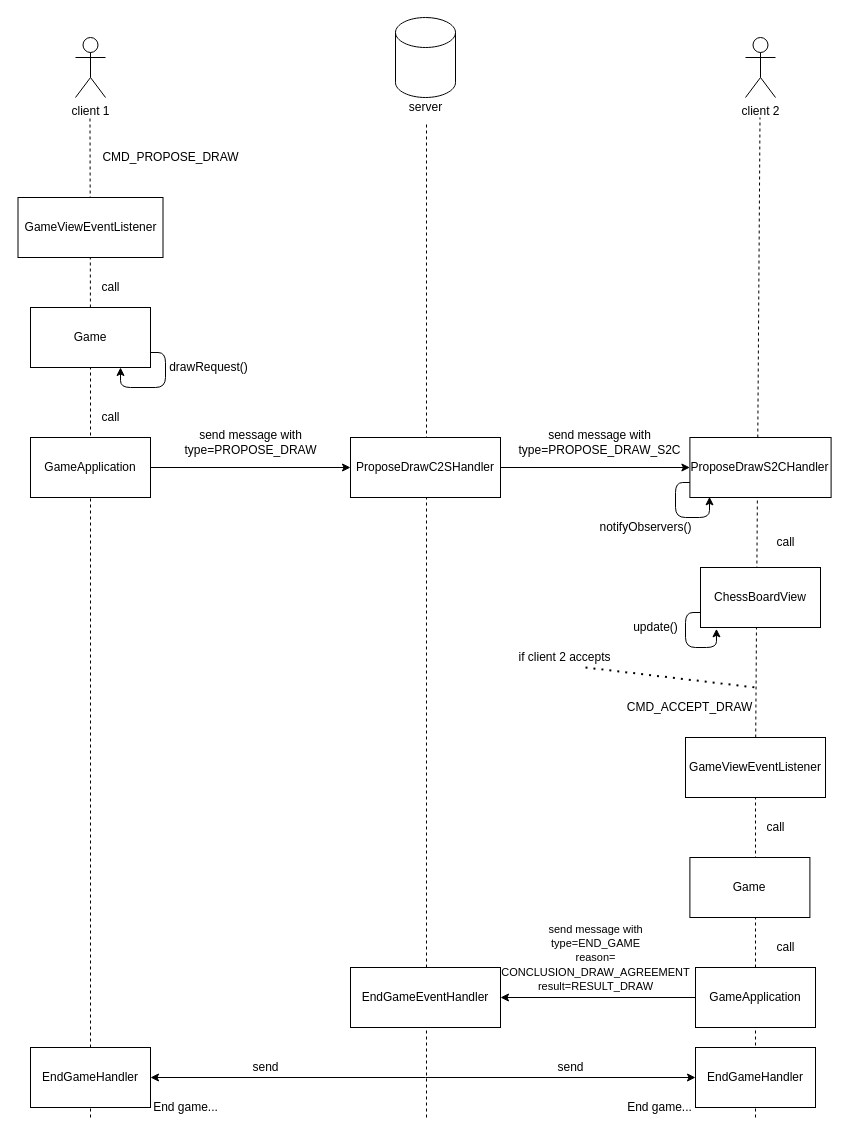
SpiderSwift/student-app keeps this draw.io diagram as Untitled Diagram.drawio. Above is the earlier version. Source tidied: cells renumbered, new cells numbered last; positions are measured from the earlier drawing's top-left corner, leaving out a move shared by most shapes. Both pictures are drawn from the tidied source at 100%, with x=0, y=0 at pixel (17, 17).
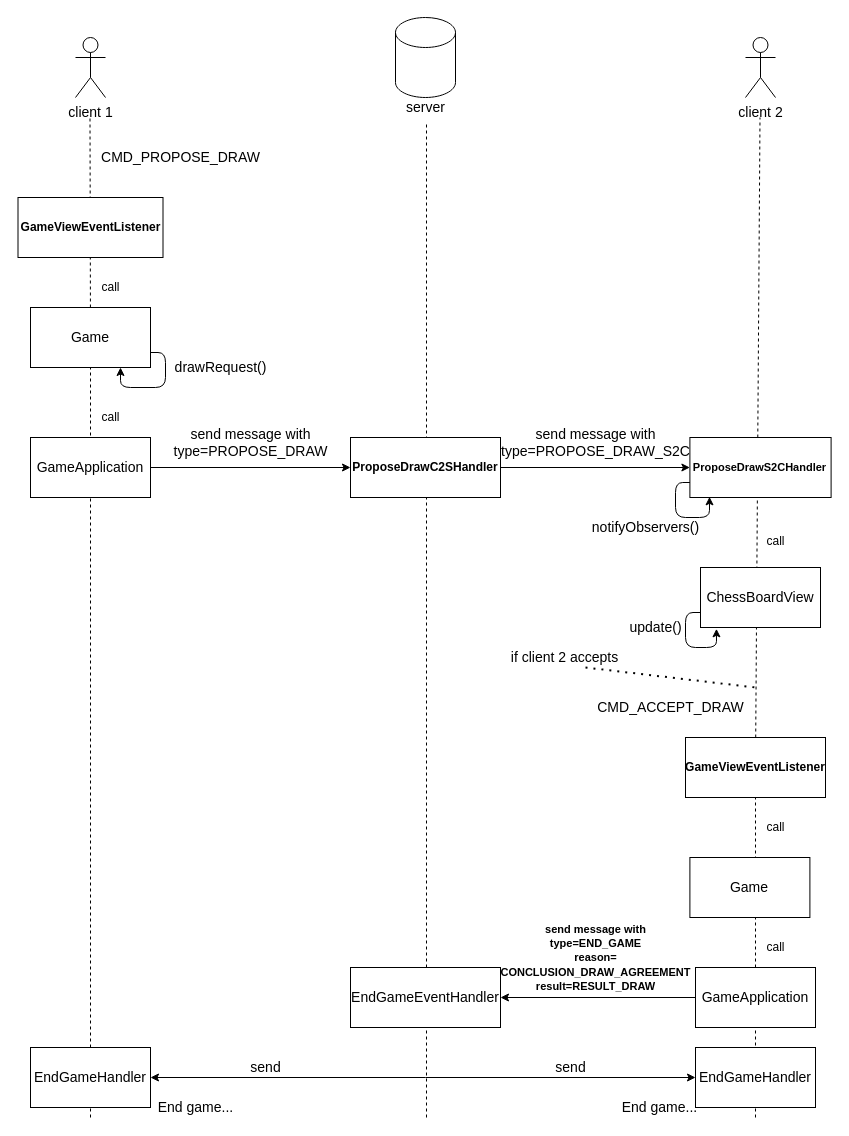
The same page after the edit.

What changed in the source:
```diff
@@
-    <mxCell id="2" value="client 1" style="shape=umlActor;verticalLabelPosition=bottom;verticalAlign=top;html=1;" parent="1" vertex="1">
+    <mxCell id="2" value="&lt;font style=&quot;font-size: 14px&quot;&gt;client 1&lt;/font&gt;" style="shape=umlActor;verticalLabelPosition=bottom;verticalAlign=top;html=1;" parent="1" vertex="1">
       <mxGeometry x="58" y="20" width="30" height="60" as="geometry" />
     </mxCell>
@@
-    <mxCell id="5" value="server" style="text;html=1;align=center;verticalAlign=middle;points=[];" parent="1" vertex="1">
+    <mxCell id="5" value="&lt;font style=&quot;font-size: 14px&quot;&gt;server&lt;/font&gt;" style="text;html=1;align=center;verticalAlign=middle;points=[];" parent="1" vertex="1">
       <mxGeometry x="383" y="80" width="50" height="20" as="geometry" />
     </mxCell>
-    <mxCell id="6" value="client 2" style="shape=umlActor;verticalLabelPosition=bottom;verticalAlign=top;html=1;" parent="1" vertex="1">
+    <mxCell id="6" value="&lt;font style=&quot;font-size: 14px&quot;&gt;client 2&lt;/font&gt;" style="shape=umlActor;verticalLabelPosition=bottom;verticalAlign=top;html=1;" parent="1" vertex="1">
       <mxGeometry x="728" y="20" width="30" height="60" as="geometry" />
     </mxCell>
@@
-    <mxCell id="9" value="GameViewEventListener" style="rounded=0;whiteSpace=wrap;html=1;" parent="1" vertex="1">
+    <mxCell id="9" value="&lt;font style=&quot;font-size: 12px&quot;&gt;&lt;b&gt;GameViewEventListener&lt;/b&gt;&lt;/font&gt;" style="rounded=0;whiteSpace=wrap;html=1;" parent="1" vertex="1">
       <mxGeometry x="0.5" y="180" width="145" height="60" as="geometry" />
     </mxCell>
-    <mxCell id="10" value="CMD_PROPOSE_DRAW" style="text;html=1;align=center;verticalAlign=middle;" parent="1" vertex="1">
-      <mxGeometry x="78" y="130" width="150" height="20" as="geometry" />
+    <mxCell id="10" value="&lt;font style=&quot;font-size: 14px&quot;&gt;CMD_PROPOSE_DRAW&lt;/font&gt;" style="text;html=1;align=center;verticalAlign=middle;" parent="1" vertex="1">
+      <mxGeometry x="78" y="130" width="170" height="20" as="geometry" />
     </mxCell>
-    <mxCell id="11" value="Game" style="rounded=0;whiteSpace=wrap;html=1;" parent="1" vertex="1">
+    <mxCell id="11" value="&lt;font style=&quot;font-size: 14px&quot;&gt;Game&lt;/font&gt;" style="rounded=0;whiteSpace=wrap;html=1;" parent="1" vertex="1">
       <mxGeometry x="13" y="290" width="120" height="60" as="geometry" />
     </mxCell>
@@
-    <mxCell id="14" value="drawRequest()" style="text;html=1;align=center;verticalAlign=middle;" parent="1" vertex="1">
-      <mxGeometry x="145.5" y="340" width="90" height="20" as="geometry" />
+    <mxCell id="14" value="&lt;font style=&quot;font-size: 14px&quot;&gt;drawRequest()&lt;/font&gt;" style="text;html=1;align=center;verticalAlign=middle;" parent="1" vertex="1">
+      <mxGeometry x="148" y="340" width="110" height="20" as="geometry" />
     </mxCell>
-    <mxCell id="15" value="GameApplication" style="rounded=0;whiteSpace=wrap;html=1;" parent="1" vertex="1">
+    <mxCell id="15" value="&lt;font style=&quot;font-size: 14px&quot;&gt;GameApplication&lt;/font&gt;" style="rounded=0;whiteSpace=wrap;html=1;" parent="1" vertex="1">
       <mxGeometry x="13" y="420" width="120" height="60" as="geometry" />
     </mxCell>
@@
-    <mxCell id="18" value="ProposeDrawC2SHandler" style="rounded=0;whiteSpace=wrap;html=1;" parent="1" vertex="1">
+    <mxCell id="18" value="&lt;b&gt;ProposeDrawC2SHandler&lt;/b&gt;" style="rounded=0;whiteSpace=wrap;html=1;" parent="1" vertex="1">
       <mxGeometry x="333" y="420" width="150" height="60" as="geometry" />
     </mxCell>
@@
-    <mxCell id="20" value="send message with &lt;br&gt;type=PROPOSE_DRAW" style="text;html=1;align=center;verticalAlign=middle;" parent="1" vertex="1">
-      <mxGeometry x="158" y="410" width="150" height="30" as="geometry" />
+    <mxCell id="20" value="&lt;font style=&quot;font-size: 14px&quot;&gt;send message with &lt;br&gt;type=PROPOSE_DRAW&lt;/font&gt;" style="text;html=1;align=center;verticalAlign=middle;" parent="1" vertex="1">
+      <mxGeometry x="148" y="405" width="170" height="40" as="geometry" />
     </mxCell>
-    <mxCell id="21" value="ProposeDrawS2CHandler" style="rounded=0;whiteSpace=wrap;html=1;" parent="1" vertex="1">
+    <mxCell id="21" value="&lt;b&gt;&lt;font style=&quot;font-size: 11px&quot;&gt;ProposeDrawS2CHandler&lt;/font&gt;&lt;/b&gt;" style="rounded=0;whiteSpace=wrap;html=1;" parent="1" vertex="1">
       <mxGeometry x="672.4" y="420" width="141.2" height="60" as="geometry" />
     </mxCell>
@@
-    <mxCell id="23" value="send message with&lt;br&gt;type=PROPOSE_DRAW_S2C" style="text;html=1;align=center;verticalAlign=middle;" parent="1" vertex="1">
-      <mxGeometry x="492.4" y="410" width="180" height="30" as="geometry" />
+    <mxCell id="23" value="&lt;font style=&quot;font-size: 14px&quot;&gt;send message with&lt;br&gt;type=PROPOSE_DRAW_S2C&lt;/font&gt;" style="text;html=1;align=center;verticalAlign=middle;" parent="1" vertex="1">
+      <mxGeometry x="478" y="405" width="200" height="40" as="geometry" />
     </mxCell>
-    <mxCell id="24" value="notifyObservers()" style="text;html=1;align=center;verticalAlign=middle;" parent="1" vertex="1">
-      <mxGeometry x="573" y="500" width="110" height="20" as="geometry" />
+    <mxCell id="24" value="&lt;font style=&quot;font-size: 14px&quot;&gt;notifyObservers()&lt;/font&gt;" style="text;html=1;align=center;verticalAlign=middle;" parent="1" vertex="1">
+      <mxGeometry x="568" y="500" width="120" height="20" as="geometry" />
     </mxCell>
-    <mxCell id="25" value="ChessBoardView" style="rounded=0;whiteSpace=wrap;html=1;" parent="1" vertex="1">
+    <mxCell id="25" value="&lt;font style=&quot;font-size: 14px&quot;&gt;ChessBoardView&lt;/font&gt;" style="rounded=0;whiteSpace=wrap;html=1;" parent="1" vertex="1">
       <mxGeometry x="683" y="550" width="120" height="60" as="geometry" />
     </mxCell>
@@
-    <mxCell id="27" value="update()" style="text;html=1;align=center;verticalAlign=middle;" parent="1" vertex="1">
-      <mxGeometry x="608" y="600" width="60" height="20" as="geometry" />
+    <mxCell id="27" value="&lt;font style=&quot;font-size: 14px&quot;&gt;update()&lt;/font&gt;" style="text;html=1;align=center;verticalAlign=middle;" parent="1" vertex="1">
+      <mxGeometry x="603" y="600" width="70" height="20" as="geometry" />
     </mxCell>
@@
     <mxCell id="29" value="call" style="text;html=1;align=center;verticalAlign=middle;" parent="1" vertex="1">
-      <mxGeometry x="753" y="515" width="30" height="20" as="geometry" />
+      <mxGeometry x="743" y="514" width="30" height="20" as="geometry" />
     </mxCell>
@@
-    <mxCell id="31" value="if client 2 accepts" style="text;html=1;align=center;verticalAlign=middle;" parent="1" vertex="1">
-      <mxGeometry x="492.4" y="630" width="110" height="20" as="geometry" />
+    <mxCell id="31" value="&lt;font style=&quot;font-size: 14px&quot;&gt;if client 2 accepts&lt;/font&gt;" style="text;html=1;align=center;verticalAlign=middle;" parent="1" vertex="1">
+      <mxGeometry x="487.4" y="630" width="120" height="20" as="geometry" />
     </mxCell>
-    <mxCell id="32" value="CMD_ACCEPT_DRAW" style="text;html=1;align=center;verticalAlign=middle;" parent="1" vertex="1">
-      <mxGeometry x="602.4" y="680" width="140" height="20" as="geometry" />
+    <mxCell id="32" value="&lt;font style=&quot;font-size: 14px&quot;&gt;CMD_ACCEPT_DRAW&lt;/font&gt;" style="text;html=1;align=center;verticalAlign=middle;" parent="1" vertex="1">
+      <mxGeometry x="573" y="680" width="160" height="20" as="geometry" />
     </mxCell>
-    <mxCell id="33" value="GameViewEventListener" style="rounded=0;whiteSpace=wrap;html=1;" parent="1" vertex="1">
+    <mxCell id="33" value="&lt;font style=&quot;font-size: 12px&quot;&gt;&lt;b&gt;GameViewEventListener&lt;/b&gt;&lt;/font&gt;" style="rounded=0;whiteSpace=wrap;html=1;" parent="1" vertex="1">
       <mxGeometry x="668" y="720" width="140" height="60" as="geometry" />
     </mxCell>
@@
-    <mxCell id="35" value="Game" style="rounded=0;whiteSpace=wrap;html=1;" parent="1" vertex="1">
+    <mxCell id="35" value="&lt;font style=&quot;font-size: 14px&quot;&gt;Game&lt;/font&gt;" style="rounded=0;whiteSpace=wrap;html=1;" parent="1" vertex="1">
       <mxGeometry x="672.4" y="840" width="120" height="60" as="geometry" />
     </mxCell>
@@
     <mxCell id="37" value="call" style="text;html=1;align=center;verticalAlign=middle;" parent="1" vertex="1">
-      <mxGeometry x="753" y="920" width="30" height="20" as="geometry" />
+      <mxGeometry x="743" y="920" width="30" height="20" as="geometry" />
     </mxCell>
@@
-    <mxCell id="39" value="GameApplication" style="rounded=0;whiteSpace=wrap;html=1;" parent="1" vertex="1">
+    <mxCell id="39" value="&lt;font style=&quot;font-size: 14px&quot;&gt;GameApplication&lt;/font&gt;" style="rounded=0;whiteSpace=wrap;html=1;" parent="1" vertex="1">
       <mxGeometry x="678" y="950" width="120" height="60" as="geometry" />
     </mxCell>
-    <mxCell id="40" value="EndGameEventHandler" style="rounded=0;whiteSpace=wrap;html=1;" parent="1" vertex="1">
+    <mxCell id="40" value="&lt;font style=&quot;font-size: 14px&quot;&gt;EndGameEventHandler&lt;/font&gt;" style="rounded=0;whiteSpace=wrap;html=1;" parent="1" vertex="1">
       <mxGeometry x="333" y="950" width="150" height="60" as="geometry" />
     </mxCell>
-    <mxCell id="41" value="&lt;font style=&quot;font-size: 11px&quot;&gt;send message with&lt;br&gt;type=END_GAME&lt;br&gt;reason=&lt;br&gt;CONCLUSION_DRAW_AGREEMENT&lt;br&gt;result=RESULT_DRAW&lt;/font&gt;" style="text;html=1;align=center;verticalAlign=middle;" parent="1" vertex="1">
-      <mxGeometry x="478" y="900" width="200" height="80" as="geometry" />
+    <mxCell id="41" value="&lt;font style=&quot;font-size: 11px&quot;&gt;&lt;b&gt;send message with&lt;br&gt;type=END_GAME&lt;br&gt;reason=&lt;br&gt;CONCLUSION_DRAW_AGREEMENT&lt;br&gt;result=RESULT_DRAW&lt;/b&gt;&lt;/font&gt;" style="text;html=1;align=center;verticalAlign=middle;" parent="1" vertex="1">
+      <mxGeometry x="473" y="900" width="210" height="80" as="geometry" />
     </mxCell>
-    <mxCell id="42" value="EndGameHandler" style="rounded=0;whiteSpace=wrap;html=1;" parent="1" vertex="1">
+    <mxCell id="42" value="&lt;font style=&quot;font-size: 14px&quot;&gt;EndGameHandler&lt;/font&gt;" style="rounded=0;whiteSpace=wrap;html=1;" parent="1" vertex="1">
       <mxGeometry x="678" y="1030" width="120" height="60" as="geometry" />
     </mxCell>
-    <mxCell id="43" value="EndGameHandler" style="rounded=0;whiteSpace=wrap;html=1;" parent="1" vertex="1">
+    <mxCell id="43" value="&lt;font style=&quot;font-size: 14px&quot;&gt;EndGameHandler&lt;/font&gt;" style="rounded=0;whiteSpace=wrap;html=1;" parent="1" vertex="1">
       <mxGeometry x="13" y="1030" width="120" height="60" as="geometry" />
     </mxCell>
@@
-    <mxCell id="45" value="End game..." style="text;html=1;align=center;verticalAlign=middle;" parent="1" vertex="1">
-      <mxGeometry x="128" y="1080" width="80" height="20" as="geometry" />
+    <mxCell id="45" value="&lt;font style=&quot;font-size: 14px&quot;&gt;End game...&lt;/font&gt;" style="text;html=1;align=center;verticalAlign=middle;" parent="1" vertex="1">
+      <mxGeometry x="133" y="1080" width="90" height="20" as="geometry" />
     </mxCell>
-    <mxCell id="46" value="End game..." style="text;html=1;align=center;verticalAlign=middle;" parent="1" vertex="1">
-      <mxGeometry x="602.4" y="1080" width="80" height="20" as="geometry" />
+    <mxCell id="46" value="&lt;font style=&quot;font-size: 14px&quot;&gt;End game...&lt;/font&gt;" style="text;html=1;align=center;verticalAlign=middle;" parent="1" vertex="1">
+      <mxGeometry x="597.4" y="1080" width="90" height="20" as="geometry" />
     </mxCell>
@@
-    <mxCell id="48" value="send" style="text;html=1;align=center;verticalAlign=middle;" parent="1" vertex="1">
-      <mxGeometry x="533" y="1040" width="40" height="20" as="geometry" />
+    <mxCell id="48" value="&lt;font style=&quot;font-size: 14px&quot;&gt;send&lt;/font&gt;" style="text;html=1;align=center;verticalAlign=middle;" parent="1" vertex="1">
+      <mxGeometry x="528" y="1040" width="50" height="20" as="geometry" />
     </mxCell>
@@
-    <mxCell id="50" value="send" style="text;html=1;align=center;verticalAlign=middle;" parent="1" vertex="1">
-      <mxGeometry x="228" y="1040" width="40" height="20" as="geometry" />
+    <mxCell id="50" value="&lt;font style=&quot;font-size: 14px&quot;&gt;send&lt;/font&gt;" style="text;html=1;align=center;verticalAlign=middle;" parent="1" vertex="1">
+      <mxGeometry x="223" y="1040" width="50" height="20" as="geometry" />
     </mxCell>
```
